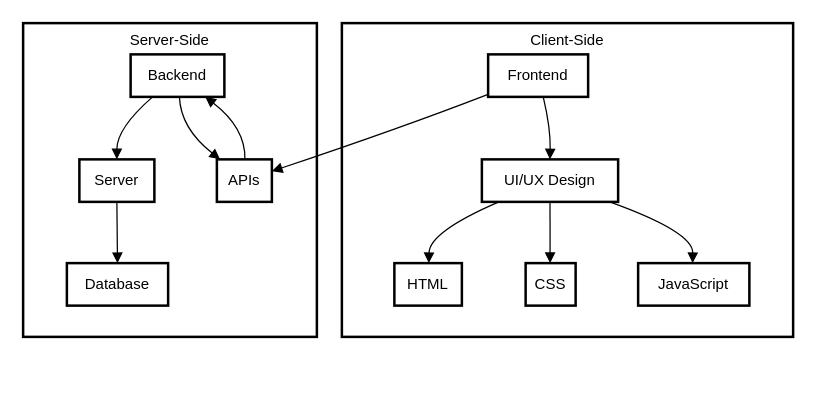
Earlier version of the draw.io diagram todo.drawio (GluconicAcid/DRAWIO). Source tidied: cells renumbered, new cells numbered last; positions are measured from the earlier drawing's top-left corner, leaving out a move shared by most shapes. Both pictures are drawn from the tidied source at 125%, with x=0, y=0 at pixel (22, 22).
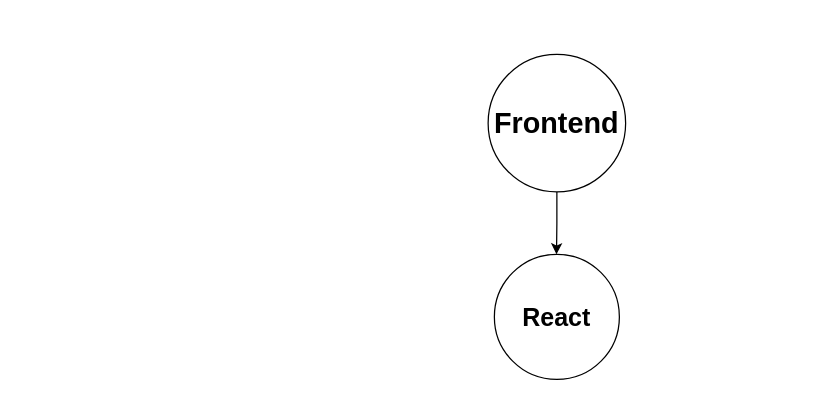
After the change.

What changed in the source:
```diff
@@
-    <mxCell id="2" value="Server-Side" style="whiteSpace=wrap;strokeWidth=2;verticalAlign=top;" parent="1" vertex="1">
-      <mxGeometry width="235" height="251" as="geometry" />
-    </mxCell>
-    <mxCell id="3" value="Server" style="whiteSpace=wrap;strokeWidth=2;" parent="1" vertex="1">
-      <mxGeometry x="45" y="109" width="60" height="34" as="geometry" />
-    </mxCell>
-    <mxCell id="4" value="Backend" style="whiteSpace=wrap;strokeWidth=2;" parent="1" vertex="1">
-      <mxGeometry x="86" y="25" width="75" height="34" as="geometry" />
-    </mxCell>
-    <mxCell id="5" value="Database" style="whiteSpace=wrap;strokeWidth=2;" parent="1" vertex="1">
-      <mxGeometry x="35" y="192" width="81" height="34" as="geometry" />
-    </mxCell>
-    <mxCell id="6" value="APIs" style="whiteSpace=wrap;strokeWidth=2;" parent="1" vertex="1">
-      <mxGeometry x="155" y="109" width="44" height="34" as="geometry" />
-    </mxCell>
-    <mxCell id="7" value="Client-Side" style="whiteSpace=wrap;strokeWidth=2;verticalAlign=top;" parent="1" vertex="1">
-      <mxGeometry x="255" width="361" height="251" as="geometry" />
-    </mxCell>
-    <mxCell id="8" value="UI/UX Design" style="whiteSpace=wrap;strokeWidth=2;" parent="1" vertex="1">
-      <mxGeometry x="367" y="109" width="109" height="34" as="geometry" />
-    </mxCell>
+    <mxCell id="22" style="edgeStyle=orthogonalEdgeStyle;rounded=0;jettySize=auto;html=1;exitX=0.5;exitY=1;exitDx=0;exitDy=0;" parent="1" edge="1" source="9">
+      <mxGeometry relative="1" as="geometry">
+        <mxPoint x="426.7" y="185" as="targetPoint" />
+      </mxGeometry>
+    </mxCell>
-    <mxCell id="9" value="Frontend" style="whiteSpace=wrap;strokeWidth=2;" parent="1" vertex="1">
-      <mxGeometry x="372" y="25" width="80" height="34" as="geometry" />
+    <mxCell id="9" value="&lt;h1&gt;&lt;font style=&quot;font-size: 23px;&quot;&gt;Frontend&lt;/font&gt;&lt;/h1&gt;" style="ellipse;whiteSpace=wrap;html=1;" parent="1" vertex="1">
+      <mxGeometry x="372" y="25" width="110" height="110" as="geometry" />
     </mxCell>
-    <mxCell id="10" value="HTML" style="whiteSpace=wrap;strokeWidth=2;" parent="1" vertex="1">
-      <mxGeometry x="297" y="192" width="54" height="34" as="geometry" />
-    </mxCell>
-    <mxCell id="11" value="CSS" style="whiteSpace=wrap;strokeWidth=2;" parent="1" vertex="1">
-      <mxGeometry x="402" y="192" width="40" height="34" as="geometry" />
-    </mxCell>
-    <mxCell id="12" value="JavaScript" style="whiteSpace=wrap;strokeWidth=2;" parent="1" vertex="1">
-      <mxGeometry x="492" y="192" width="89" height="34" as="geometry" />
-    </mxCell>
-    <mxCell id="13" style="curved=1;startArrow=none;endArrow=block;exitX=0.55;exitY=0.99;entryX=0.5;entryY=-0.01;" parent="1" edge="1" source="9" target="8">
-      <mxGeometry relative="1" as="geometry">
-        <Array as="points">
-          <mxPoint x="422" y="84" />
-        </Array>
-      </mxGeometry>
-    </mxCell>
-    <mxCell id="14" style="curved=1;startArrow=none;endArrow=block;exitX=0.14;exitY=0.98;entryX=0.51;entryY=0.01;" parent="1" edge="1" source="8" target="10">
-      <mxGeometry relative="1" as="geometry">
-        <Array as="points">
-          <mxPoint x="325" y="167" />
-        </Array>
-      </mxGeometry>
-    </mxCell>
-    <mxCell id="15" style="curved=1;startArrow=none;endArrow=block;exitX=0.5;exitY=0.98;entryX=0.49;entryY=0.01;" parent="1" edge="1" source="8" target="11">
-      <mxGeometry relative="1" as="geometry" />
-    </mxCell>
-    <mxCell id="16" style="curved=1;startArrow=none;endArrow=block;exitX=0.92;exitY=0.98;entryX=0.49;entryY=0.01;" parent="1" edge="1" source="8" target="12">
-      <mxGeometry relative="1" as="geometry">
-        <Array as="points">
-          <mxPoint x="536" y="167" />
-        </Array>
-      </mxGeometry>
-    </mxCell>
-    <mxCell id="17" style="curved=1;startArrow=none;endArrow=block;exitX=0.24;exitY=0.99;entryX=0.5;entryY=-0.01;" parent="1" edge="1" source="4" target="3">
-      <mxGeometry relative="1" as="geometry">
-        <Array as="points">
-          <mxPoint x="75" y="84" />
-        </Array>
-      </mxGeometry>
-    </mxCell>
-    <mxCell id="18" style="curved=1;startArrow=none;endArrow=block;exitX=0.5;exitY=0.98;entryX=0.5;entryY=0.01;" parent="1" edge="1" source="3" target="5">
-      <mxGeometry relative="1" as="geometry" />
-    </mxCell>
-    <mxCell id="19" style="curved=1;startArrow=none;endArrow=block;exitX=0.52;exitY=0.99;entryX=0.05;entryY=-0.01;" parent="1" edge="1" source="4" target="6">
-      <mxGeometry relative="1" as="geometry">
-        <Array as="points">
-          <mxPoint x="126" y="84" />
-        </Array>
-      </mxGeometry>
-    </mxCell>
-    <mxCell id="20" style="curved=1;startArrow=none;endArrow=block;exitX=0;exitY=0.94;entryX=1.02;entryY=0.27;" parent="1" edge="1" source="9" target="6">
-      <mxGeometry relative="1" as="geometry">
-        <Array as="points">
-          <mxPoint x="302" y="84" />
-        </Array>
-      </mxGeometry>
-    </mxCell>
-    <mxCell id="21" style="curved=1;startArrow=none;endArrow=block;exitX=0.51;exitY=-0.01;entryX=0.79;entryY=0.99;" parent="1" edge="1" source="6" target="4">
-      <mxGeometry relative="1" as="geometry">
-        <Array as="points">
-          <mxPoint x="178" y="84" />
-        </Array>
-      </mxGeometry>
-    </mxCell>
+    <mxCell id="23" value="&lt;h2 style=&quot;font-size: 20px;&quot;&gt;&lt;font style=&quot;font-size: 20px;&quot;&gt;React&lt;/font&gt;&lt;br&gt;&lt;/h2&gt;" style="ellipse;whiteSpace=wrap;html=1;" parent="1" vertex="1">
+      <mxGeometry x="377" y="185" width="100" height="100" as="geometry" />
+    </mxCell>
```
